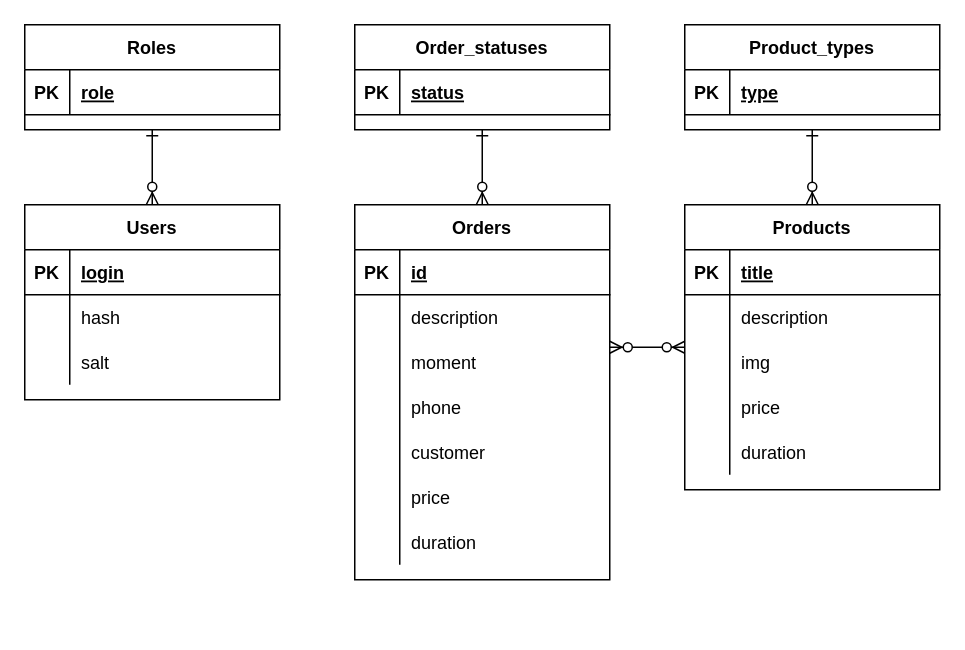
The draw.io diagram docs/log.drawio in qwe3qwe3lott/2-2Kproject, before the edit. Source tidied: cells renumbered, new cells numbered last; positions are measured from the earlier drawing's top-left corner, leaving out a move shared by most shapes. Both pictures are drawn from the tidied source at 150%, with x=0, y=0 at pixel (24, 24).
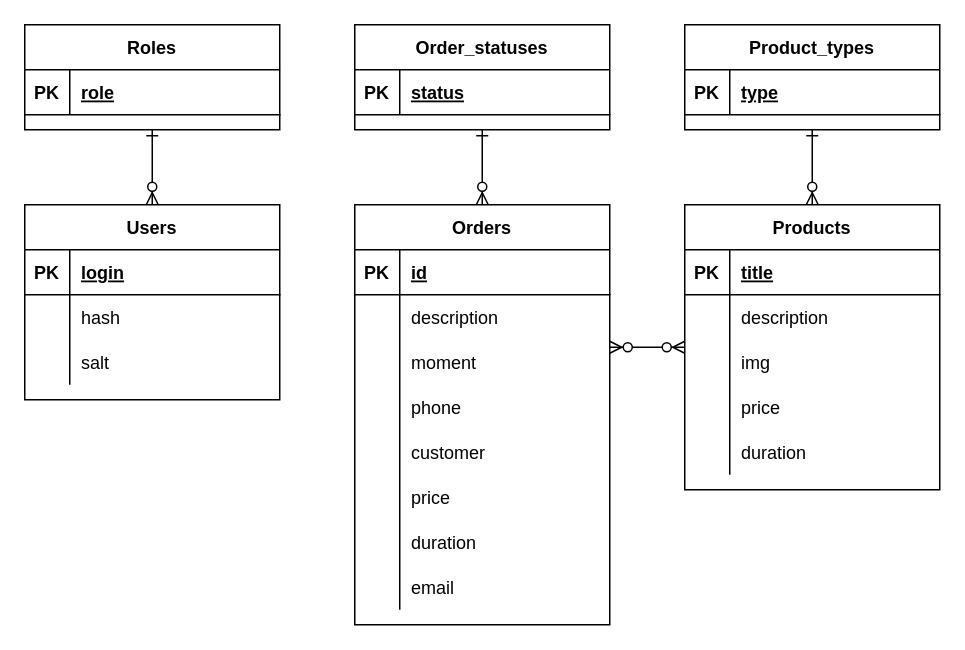
The same page after the edit.

Change to the diagram source:
```diff
@@
     <mxCell id="17" value="Orders" style="shape=table;startSize=30;childLayout=tableLayout;rowLines=0;fontStyle=1;align=center;" parent="1" vertex="1">
-      <mxGeometry x="220" y="120" width="170" height="250" as="geometry" />
+      <mxGeometry x="220" y="120" width="170" height="280" as="geometry" />
     </mxCell>
@@
+    <mxCell id="66" style="shape=partialRectangle;fillColor=none;top=0;left=0;right=0;bottom=0;" parent="17" vertex="1">
+      <mxGeometry y="240" width="170" height="30" as="geometry" />
+    </mxCell>
+    <mxCell id="67" style="shape=partialRectangle;overflow=hidden;fillColor=none;top=0;left=0;bottom=0;right=0;" parent="66" vertex="1">
+      <mxGeometry width="30" height="30" as="geometry" />
+    </mxCell>
+    <mxCell id="68" value="email" style="shape=partialRectangle;overflow=hidden;fillColor=none;top=0;left=0;bottom=0;right=0;align=left;spacingLeft=6;" parent="66" vertex="1">
+      <mxGeometry x="30" width="140" height="30" as="geometry" />
+    </mxCell>
```
